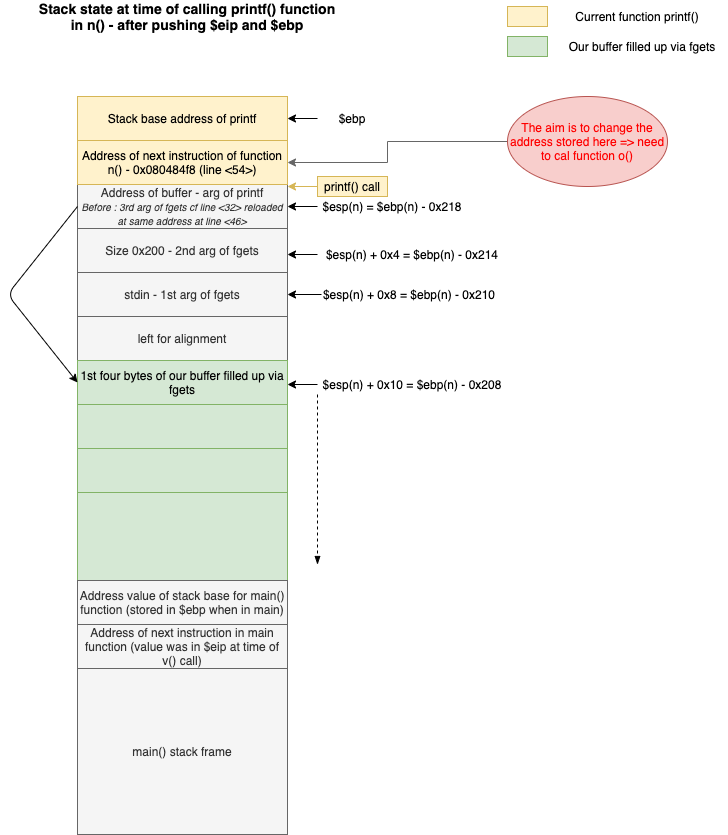
This is level5/Ressources/StackStateLevel5png.png from gvannest/rainfall, a draw.io export, as it was before one commit. Source tidied: cells renumbered, new cells last; positions are measured from the earlier drawing's top-left corner, leaving out a move shared by most shapes. The source it was exported from:
```xml
<mxGraphModel background="#FFFFFF">
  <root>
    <mxCell id="0" />
    <mxCell id="1" parent="0" />
    <mxCell id="2" value="$esp(n) = $ebp(n) - 0x218" style="text;html=1;strokeColor=none;fillColor=none;align=center;verticalAlign=middle;whiteSpace=wrap;rounded=0;" parent="1" vertex="1">
      <mxGeometry x="310" y="190" width="150" height="20" as="geometry" />
    </mxCell>
    <mxCell id="3" style="group;" parent="1" vertex="1">
      <mxGeometry x="70" y="178" width="210" height="440" as="geometry" />
    </mxCell>
    <mxCell id="4" style="group;" parent="3" vertex="1">
      <mxGeometry width="210" height="440" as="geometry" />
    </mxCell>
    <mxCell id="5" value="Address of buffer - arg of printf&lt;br&gt;&lt;font style=&quot;font-size: 10px&quot;&gt;&lt;i&gt;Before : 3rd arg of fgets cf line &amp;lt;32&amp;gt; reloaded at same address at line &amp;lt;46&amp;gt;&lt;/i&gt;&lt;/font&gt;" style="rounded=0;whiteSpace=wrap;html=1;fillColor=#f5f5f5;strokeColor=#666666;fontColor=#333333;" parent="4" vertex="1">
      <mxGeometry width="210" height="44" as="geometry" />
    </mxCell>
    <mxCell id="6" value="Size 0x200 - 2nd arg of fgets" style="rounded=0;whiteSpace=wrap;html=1;fillColor=#f5f5f5;strokeColor=#666666;fontColor=#333333;" parent="4" vertex="1">
      <mxGeometry y="44" width="210" height="44" as="geometry" />
    </mxCell>
    <mxCell id="7" value="stdin - 1st arg of fgets" style="rounded=0;whiteSpace=wrap;html=1;fillColor=#f5f5f5;strokeColor=#666666;fontColor=#333333;" parent="4" vertex="1">
      <mxGeometry y="88" width="210" height="44" as="geometry" />
    </mxCell>
    <mxCell id="8" value="left for alignment" style="rounded=0;whiteSpace=wrap;html=1;fillColor=#f5f5f5;strokeColor=#666666;fontColor=#333333;" parent="4" vertex="1">
      <mxGeometry y="132" width="210" height="44" as="geometry" />
    </mxCell>
    <mxCell id="9" value="1st four bytes of our buffer filled up via fgets" style="rounded=0;whiteSpace=wrap;html=1;fillColor=#d5e8d4;strokeColor=#82b366;" parent="4" vertex="1">
      <mxGeometry y="176" width="210" height="44" as="geometry" />
    </mxCell>
    <mxCell id="10" style="rounded=0;whiteSpace=wrap;html=1;fillColor=#d5e8d4;strokeColor=#82b366;" parent="4" vertex="1">
      <mxGeometry y="220" width="210" height="44" as="geometry" />
    </mxCell>
    <mxCell id="11" style="rounded=0;whiteSpace=wrap;html=1;fillColor=#d5e8d4;strokeColor=#82b366;" parent="4" vertex="1">
      <mxGeometry y="264" width="210" height="44" as="geometry" />
    </mxCell>
    <mxCell id="12" style="rounded=0;whiteSpace=wrap;html=1;fillColor=#d5e8d4;strokeColor=#82b366;" parent="4" vertex="1">
      <mxGeometry y="308" width="210" height="92" as="geometry" />
    </mxCell>
    <mxCell id="13" value="Address value of stack base for main() function (stored in $ebp when in main)" style="rounded=0;whiteSpace=wrap;html=1;fillColor=#f5f5f5;strokeColor=#666666;fontColor=#333333;" parent="4" vertex="1">
      <mxGeometry y="396" width="210" height="44" as="geometry" />
    </mxCell>
    <mxCell id="14" style="endArrow=classic;html=1;exitX=0;exitY=0.5;exitDx=0;exitDy=0;entryX=0;entryY=0.5;entryDx=0;entryDy=0;" parent="4" edge="1" source="5" target="9">
      <mxGeometry relative="1" as="geometry">
        <Array as="points">
          <mxPoint x="-70" y="110" />
        </Array>
      </mxGeometry>
    </mxCell>
    <mxCell id="15" style="endArrow=classic;html=1;entryX=1;entryY=0.5;entryDx=0;entryDy=0;exitX=0;exitY=0.5;exitDx=0;exitDy=0;" parent="1" edge="1" source="2" target="5">
      <mxGeometry relative="1" as="geometry" />
    </mxCell>
    <mxCell id="16" value="$esp(n) + 0x4 = $ebp(n) - 0x214" style="text;html=1;strokeColor=none;fillColor=none;align=center;verticalAlign=middle;whiteSpace=wrap;rounded=0;" parent="1" vertex="1">
      <mxGeometry x="310" y="238" width="190" height="20" as="geometry" />
    </mxCell>
    <mxCell id="17" style="endArrow=classic;html=1;entryX=1;entryY=0.5;entryDx=0;entryDy=0;exitX=0;exitY=0.5;exitDx=0;exitDy=0;" parent="1" edge="1" source="16">
      <mxGeometry relative="1" as="geometry">
        <mxPoint x="280" y="248" as="targetPoint" />
      </mxGeometry>
    </mxCell>
    <mxCell id="18" value="$esp(n) + 0x8 = $ebp(n) - 0x210" style="text;html=1;strokeColor=none;fillColor=none;align=center;verticalAlign=middle;whiteSpace=wrap;rounded=0;" parent="1" vertex="1">
      <mxGeometry x="314" y="278" width="176" height="20" as="geometry" />
    </mxCell>
    <mxCell id="19" style="endArrow=classic;html=1;entryX=1;entryY=0.5;entryDx=0;entryDy=0;exitX=0;exitY=0.5;exitDx=0;exitDy=0;" parent="1" edge="1" source="18">
      <mxGeometry relative="1" as="geometry">
        <mxPoint x="280" y="288" as="targetPoint" />
      </mxGeometry>
    </mxCell>
    <mxCell id="20" value="$esp(n) + 0x10 = $ebp(n) - 0x208" style="text;html=1;strokeColor=none;fillColor=none;align=center;verticalAlign=middle;whiteSpace=wrap;rounded=0;" parent="1" vertex="1">
      <mxGeometry x="310" y="368" width="190" height="20" as="geometry" />
    </mxCell>
    <mxCell id="21" style="endArrow=classic;html=1;entryX=1;entryY=0.5;entryDx=0;entryDy=0;exitX=0;exitY=0.5;exitDx=0;exitDy=0;" parent="1" edge="1" source="20">
      <mxGeometry relative="1" as="geometry">
        <mxPoint x="280" y="378" as="targetPoint" />
      </mxGeometry>
    </mxCell>
    <mxCell id="22" style="endArrow=blockThin;dashed=1;html=1;exitX=0;exitY=1;exitDx=0;exitDy=0;endFill=1;" parent="1" edge="1" source="20">
      <mxGeometry relative="1" as="geometry">
        <mxPoint x="310" y="558" as="targetPoint" />
      </mxGeometry>
    </mxCell>
    <mxCell id="23" value="$ebp" style="text;html=1;strokeColor=none;fillColor=none;align=center;verticalAlign=middle;whiteSpace=wrap;rounded=0;" parent="1" vertex="1">
      <mxGeometry x="310" y="102" width="70" height="20" as="geometry" />
    </mxCell>
    <mxCell id="24" style="endArrow=classic;html=1;entryX=1;entryY=0.5;entryDx=0;entryDy=0;exitX=0;exitY=0.5;exitDx=0;exitDy=0;" parent="1" edge="1" source="23">
      <mxGeometry relative="1" as="geometry">
        <mxPoint x="280" y="112" as="targetPoint" />
      </mxGeometry>
    </mxCell>
    <mxCell id="25" value="Address of next instruction in main function (value was in $eip at time of v() call)" style="rounded=0;whiteSpace=wrap;html=1;fillColor=#f5f5f5;strokeColor=#666666;fontColor=#333333;" parent="1" vertex="1">
      <mxGeometry x="70" y="618" width="210" height="44" as="geometry" />
    </mxCell>
    <mxCell id="26" value="main() stack frame" style="rounded=0;whiteSpace=wrap;html=1;fillColor=#f5f5f5;strokeColor=#666666;fontColor=#333333;" parent="1" vertex="1">
      <mxGeometry x="70" y="662" width="210" height="166" as="geometry" />
    </mxCell>
    <mxCell id="27" value="&lt;font style=&quot;font-size: 14px&quot;&gt;&lt;b&gt;Stack state at time of calling printf() function in n() - after pushing $eip and $ebp&lt;/b&gt;&lt;/font&gt;" style="text;html=1;strokeColor=none;fillColor=none;align=center;verticalAlign=middle;whiteSpace=wrap;rounded=0;" parent="1" vertex="1">
      <mxGeometry x="30" width="300" height="20" as="geometry" />
    </mxCell>
    <mxCell id="28" value="Address of next instruction of function n() -&amp;nbsp;0x080484f8 (line &amp;lt;54&amp;gt;)" style="rounded=0;whiteSpace=wrap;html=1;fillColor=#fff2cc;strokeColor=#d6b656;" parent="1" vertex="1">
      <mxGeometry x="70" y="134" width="210" height="44" as="geometry" />
    </mxCell>
    <mxCell id="29" value="Stack base address of printf" style="rounded=0;whiteSpace=wrap;html=1;fillColor=#fff2cc;strokeColor=#d6b656;" parent="1" vertex="1">
      <mxGeometry x="70" y="90" width="210" height="44" as="geometry" />
    </mxCell>
    <mxCell id="30" style="rounded=0;whiteSpace=wrap;html=1;fillColor=#fff2cc;strokeColor=#d6b656;" parent="1" vertex="1">
      <mxGeometry x="500" width="40" height="20" as="geometry" />
    </mxCell>
    <mxCell id="31" value="Current function printf()" style="text;html=1;strokeColor=none;fillColor=none;align=center;verticalAlign=middle;whiteSpace=wrap;rounded=0;" parent="1" vertex="1">
      <mxGeometry x="550" width="160" height="20" as="geometry" />
    </mxCell>
    <mxCell id="32" style="rounded=0;whiteSpace=wrap;html=1;fillColor=#d5e8d4;strokeColor=#82b366;" parent="1" vertex="1">
      <mxGeometry x="500" y="30" width="40" height="20" as="geometry" />
    </mxCell>
    <mxCell id="33" value="Our buffer filled up via fgets" style="text;html=1;strokeColor=none;fillColor=none;align=center;verticalAlign=middle;whiteSpace=wrap;rounded=0;" parent="1" vertex="1">
      <mxGeometry x="550" y="30" width="170" height="20" as="geometry" />
    </mxCell>
    <mxCell id="34" value="printf() call" style="text;html=1;strokeColor=#d6b656;fillColor=#fff2cc;align=center;verticalAlign=middle;whiteSpace=wrap;rounded=0;" parent="1" vertex="1">
      <mxGeometry x="310" y="170" width="70" height="20" as="geometry" />
    </mxCell>
    <mxCell id="35" style="endArrow=classic;html=1;entryX=1;entryY=0.5;entryDx=0;entryDy=0;exitX=0;exitY=0.5;exitDx=0;exitDy=0;fillColor=#fff2cc;strokeColor=#d6b656;" parent="1" edge="1" source="34">
      <mxGeometry relative="1" as="geometry">
        <mxPoint x="280" y="180" as="targetPoint" />
      </mxGeometry>
    </mxCell>
    <mxCell id="36" style="edgeStyle=orthogonalEdgeStyle;rounded=0;jettySize=auto;html=1;entryX=1;entryY=0.5;entryDx=0;entryDy=0;fillColor=#f5f5f5;strokeColor=#666666;" parent="1" edge="1" source="37" target="28">
      <mxGeometry relative="1" as="geometry">
        <Array as="points">
          <mxPoint x="380" y="135" />
          <mxPoint x="380" y="156" />
        </Array>
      </mxGeometry>
    </mxCell>
    <mxCell id="37" value="The aim is to change the address stored here =&amp;gt; need to cal function o()" style="ellipse;whiteSpace=wrap;html=1;fillColor=#f8cecc;strokeColor=#b85450;fontColor=#FF0000;" parent="1" vertex="1">
      <mxGeometry x="500" y="90" width="160" height="90" as="geometry" />
    </mxCell>
  </root>
</mxGraphModel>
```
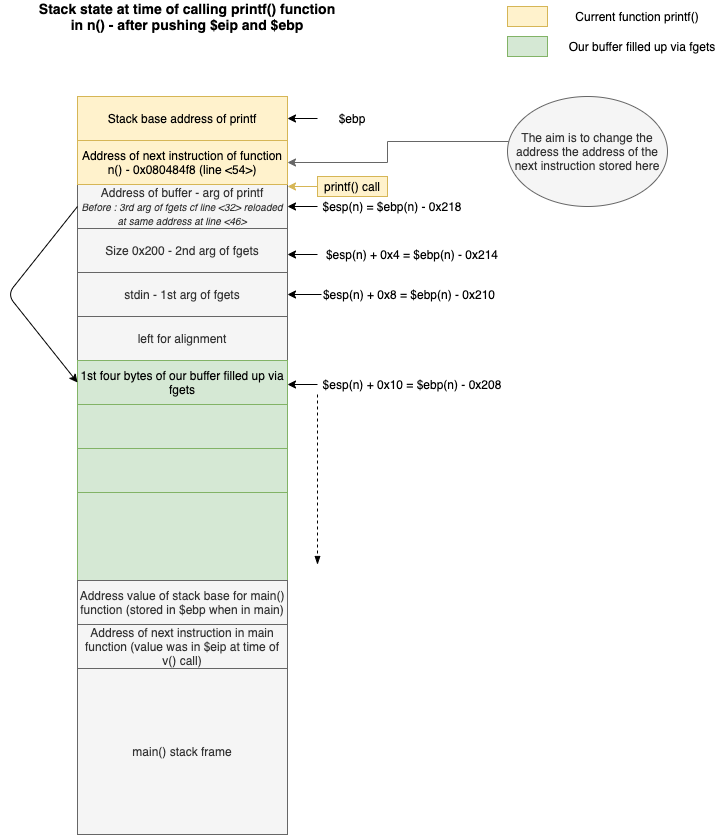
The same file after the commit.

The edit, as a diff of the source:
```diff
@@ -128,8 +128,8 @@
         </Array>
       </mxGeometry>
     </mxCell>
-    <mxCell id="37" value="The aim is to change the address stored here =&amp;gt; need to cal function o()" style="ellipse;whiteSpace=wrap;html=1;fillColor=#f8cecc;strokeColor=#b85450;fontColor=#FF0000;" parent="1" vertex="1">
-      <mxGeometry x="500" y="90" width="160" height="90" as="geometry" />
+    <mxCell id="37" value="The aim is to change the address the address of the next instruction stored here" style="ellipse;whiteSpace=wrap;html=1;fillColor=#f5f5f5;strokeColor=#666666;fontColor=#333333;" parent="1" vertex="1">
+      <mxGeometry x="500" y="90" width="160" height="110" as="geometry" />
     </mxCell>
   </root>
 </mxGraphModel>
```
